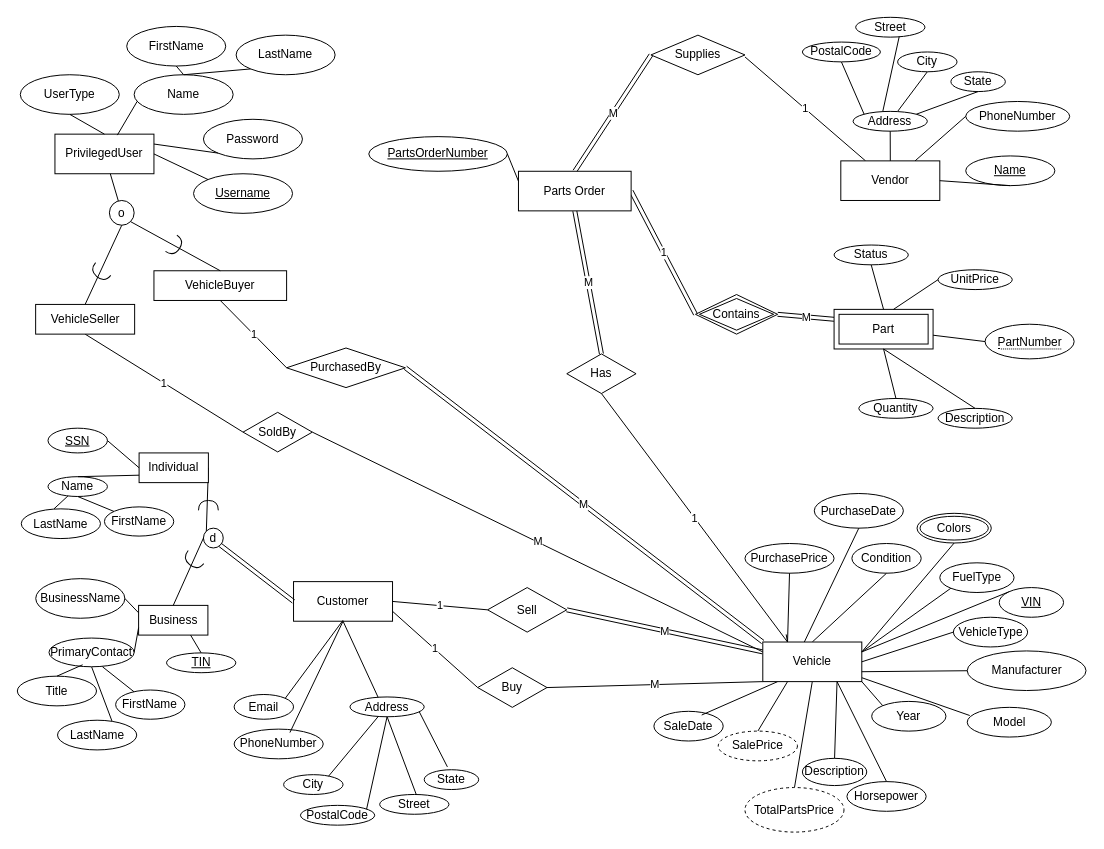
This is Phase_1/team006_p1_eer.drawio from rkang427/autodb, a draw.io file, before an edit. Source tidied: cells renumbered, new cells numbered last; positions are measured from the earlier drawing's top-left corner, leaving out a move shared by most shapes. Both pictures are drawn from the tidied source at 99%, with x=0, y=0 at pixel (17, 17).
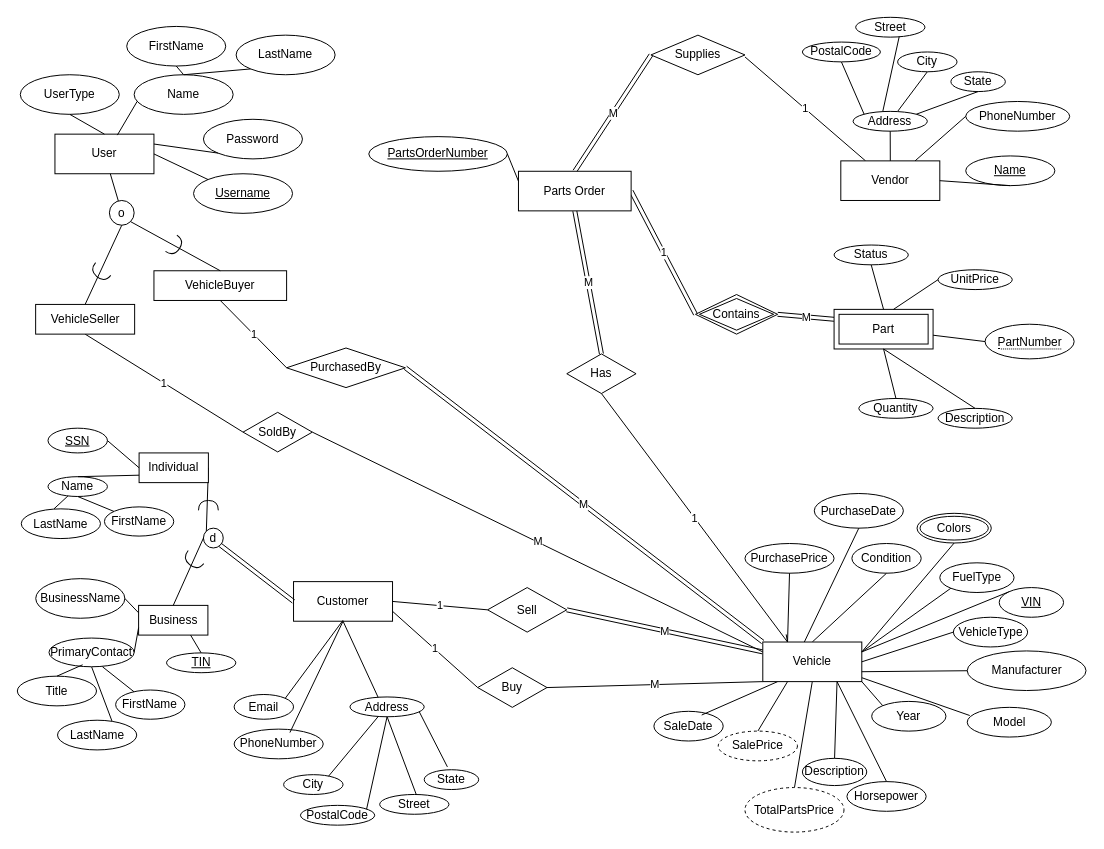
The same page after the edit.

Change to the diagram source:
```diff
@@
-    <mxCell id="74" value="PrivilegedUser" style="whiteSpace=wrap;html=1;align=center;" parent="1" vertex="1">
+    <mxCell id="74" value="User" style="whiteSpace=wrap;html=1;align=center;" parent="1" vertex="1">
       <mxGeometry x="38" y="118" width="100" height="40" as="geometry" />
     </mxCell>
```
